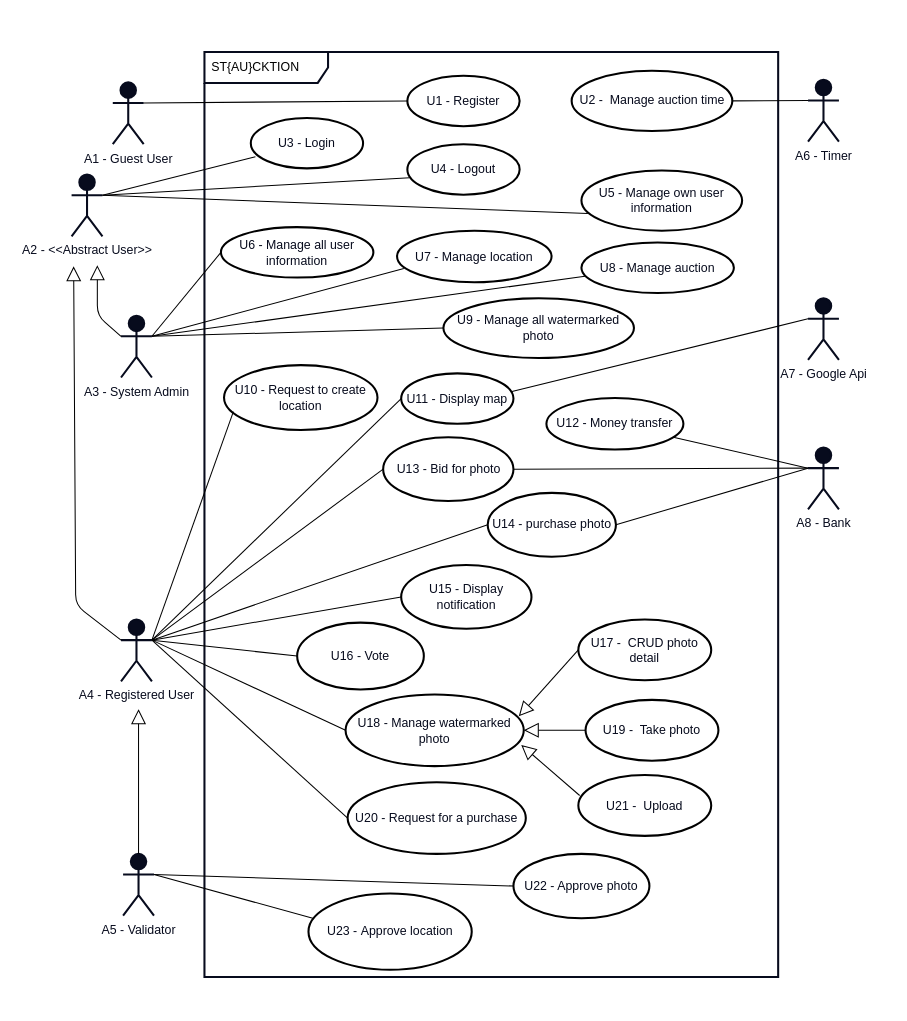
Earlier version of the draw.io diagram diagrams/use-case-diagram/use-case-diagram.drawio (staucktion/docs). Source tidied: cells renumbered, new cells numbered last; positions are measured from the earlier drawing's top-left corner, leaving out a move shared by most shapes. Both pictures are drawn from the tidied source at 103%, with x=0, y=0 at pixel (19, 19).
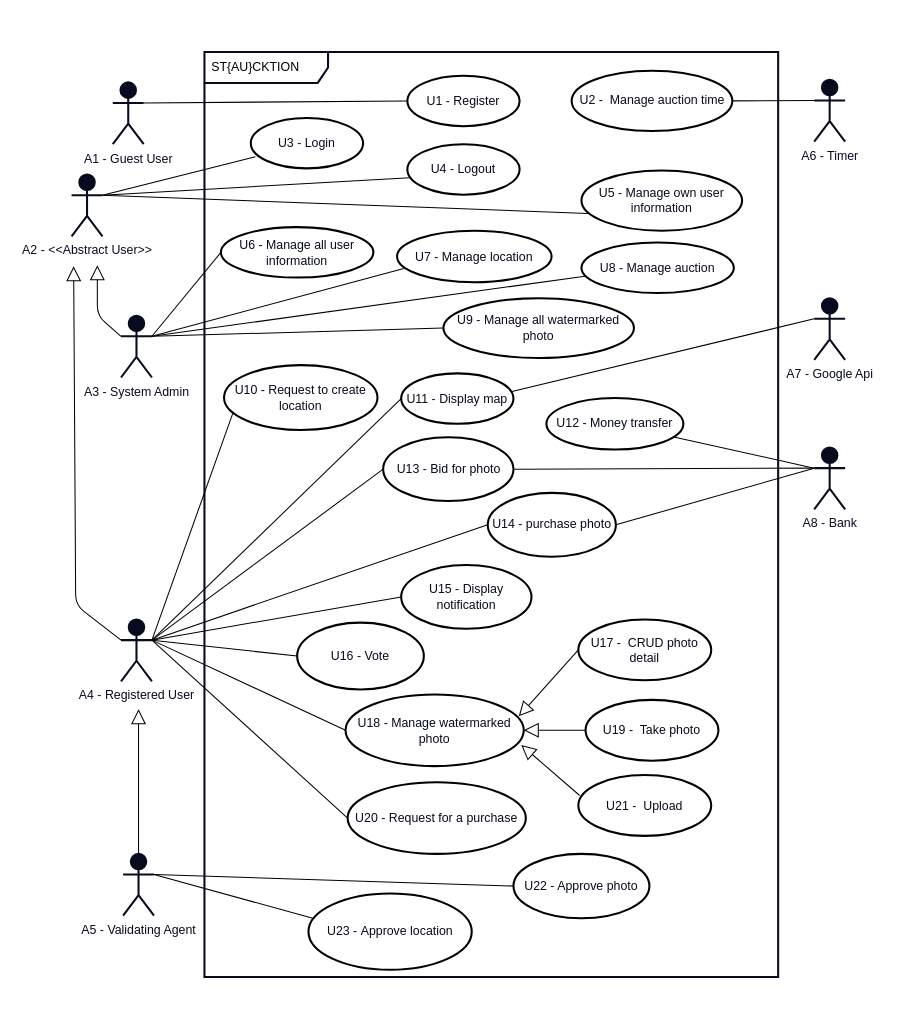
After the change.

Commit message (it also covers changes not shown here):
update use case diagram

The edit, as a diff of the source:
```diff
@@
     <mxCell id="12" value="&lt;font color=&quot;#070b1d&quot;&gt;A8 - Bank&lt;br&gt;&lt;/font&gt;" style="shape=umlActor;verticalLabelPosition=bottom;verticalAlign=top;html=1;strokeColor=#070B1D;strokeWidth=2;fillColor=#070B1D;gradientColor=none;" parent="1" vertex="1">
-      <mxGeometry x="766" y="416" width="30" height="60" as="geometry" />
+      <mxGeometry x="772" y="416" width="30" height="60" as="geometry" />
     </mxCell>
     <mxCell id="13" value="&lt;font color=&quot;#070b1d&quot;&gt;A7 - Google Api&lt;br&gt;&lt;/font&gt;" style="shape=umlActor;verticalLabelPosition=bottom;verticalAlign=top;html=1;strokeColor=#070B1D;strokeWidth=2;fillColor=#070B1D;gradientColor=none;" parent="1" vertex="1">
-      <mxGeometry x="766" y="271" width="30" height="60" as="geometry" />
+      <mxGeometry x="772" y="271" width="30" height="60" as="geometry" />
     </mxCell>
@@
-    <mxCell id="19" value="&lt;font color=&quot;#070b1d&quot;&gt;A5 - Validator&lt;br&gt;&lt;/font&gt;" style="shape=umlActor;verticalLabelPosition=bottom;verticalAlign=top;html=1;strokeColor=#070B1D;strokeWidth=2;fillColor=#070B1D;gradientColor=none;" parent="1" vertex="1">
+    <mxCell id="19" value="&lt;font color=&quot;#070b1d&quot;&gt;A5 - Validating Agent&lt;br&gt;&lt;/font&gt;" style="shape=umlActor;verticalLabelPosition=bottom;verticalAlign=top;html=1;strokeColor=#070B1D;strokeWidth=2;fillColor=#070B1D;gradientColor=none;" parent="1" vertex="1">
       <mxGeometry x="101" y="810.5" width="30" height="60" as="geometry" />
     </mxCell>
@@
     <mxCell id="45" value="&lt;font color=&quot;#070b1d&quot;&gt;A6 - Timer&lt;br&gt;&lt;/font&gt;" style="shape=umlActor;verticalLabelPosition=bottom;verticalAlign=top;html=1;strokeColor=#070B1D;strokeWidth=2;fillColor=#070B1D;gradientColor=none;" parent="1" vertex="1">
-      <mxGeometry x="766" y="59" width="30" height="60" as="geometry" />
+      <mxGeometry x="772" y="59" width="30" height="60" as="geometry" />
     </mxCell>
```
